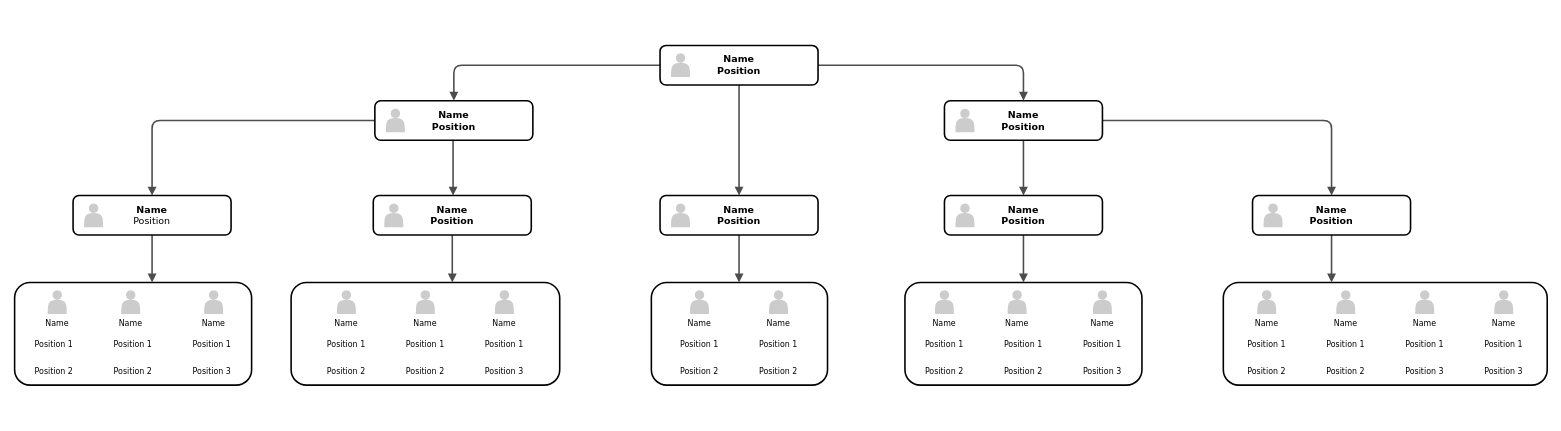
Before: Diagrams/folder_structure.drawio in vandorena/NEA, a draw.io diagram. Source tidied: cells renumbered, new cells numbered last; positions are measured from the earlier drawing's top-left corner, leaving out a move shared by most shapes. Both pictures are drawn from the tidied source at 79%, with x=0, y=0 at pixel (14, 45).
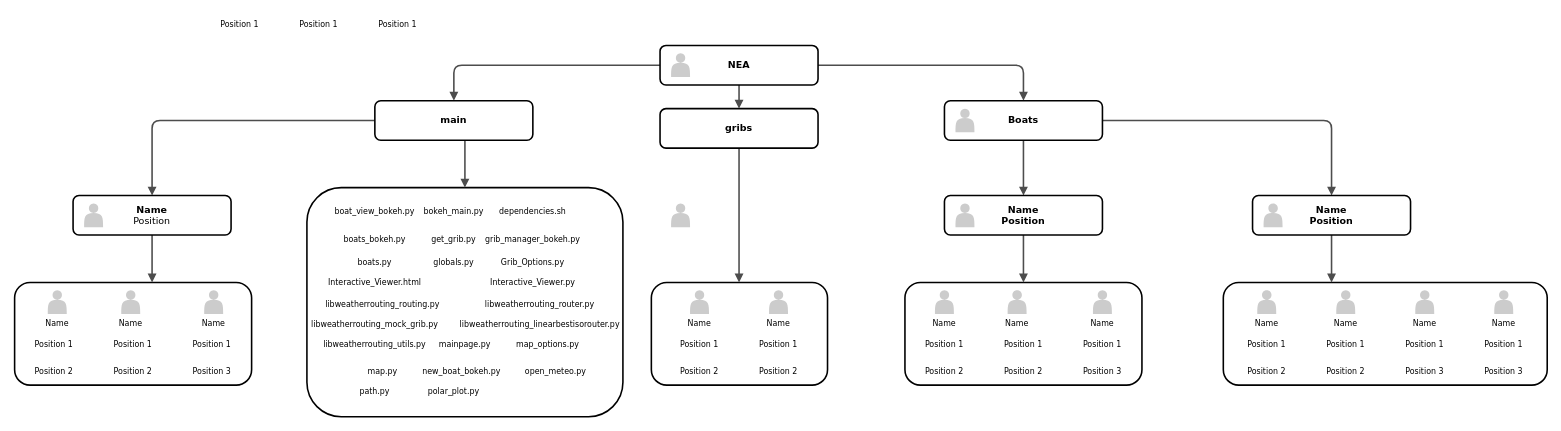
Above is the later version.

What changed in the source:
```diff
@@
     <mxCell id="6" style="whiteSpace=wrap;html=1;rounded=1;shadow=0;comic=0;strokeWidth=2;fontFamily=Verdana;align=center;fontSize=10;" parent="1" vertex="1">
-      <mxGeometry x="350" y="300" width="340" height="130" as="geometry" />
+      <mxGeometry x="370" y="180" width="400" height="290" as="geometry" />
     </mxCell>
-    <mxCell id="7" value="Name" style="shape=actor;whiteSpace=wrap;html=1;rounded=0;shadow=0;comic=0;strokeWidth=1;fillColor=#CCCCCC;fontFamily=Verdana;align=center;strokeColor=none;labelPosition=center;verticalLabelPosition=bottom;verticalAlign=top;fontSize=10;" parent="1" vertex="1">
-      <mxGeometry x="508" y="310" width="24" height="30" as="geometry" />
-    </mxCell>
-    <mxCell id="8" value="Name" style="shape=actor;whiteSpace=wrap;html=1;rounded=0;shadow=0;comic=0;strokeWidth=1;fillColor=#CCCCCC;fontFamily=Verdana;align=center;strokeColor=none;labelPosition=center;verticalLabelPosition=bottom;verticalAlign=top;fontSize=10;" parent="1" vertex="1">
-      <mxGeometry x="608" y="310" width="24" height="30" as="geometry" />
-    </mxCell>
@@
-    <mxCell id="17" value="Name" style="shape=actor;whiteSpace=wrap;html=1;rounded=0;shadow=0;comic=0;strokeWidth=1;fillColor=#CCCCCC;fontFamily=Verdana;align=center;strokeColor=none;labelPosition=center;verticalLabelPosition=bottom;verticalAlign=top;fontSize=10;" parent="1" vertex="1">
-      <mxGeometry x="408" y="310" width="24" height="30" as="geometry" />
-    </mxCell>
@@
-    <mxCell id="22" style="edgeStyle=elbowEdgeStyle;rounded=1;html=1;labelBackgroundColor=none;endArrow=block;endFill=1;strokeColor=#4D4D4D;strokeWidth=2;fontFamily=Verdana;fontSize=12;fontStyle=1;" parent="1" edge="1" source="66" target="68">
+    <mxCell id="22" style="edgeStyle=elbowEdgeStyle;rounded=1;html=1;labelBackgroundColor=none;endArrow=block;endFill=1;strokeColor=#4D4D4D;strokeWidth=2;fontFamily=Verdana;fontSize=12;fontStyle=1;entryX=0.5;entryY=0;entryDx=0;entryDy=0;" parent="1" edge="1" source="66" target="6">
       <mxGeometry relative="1" as="geometry" />
     </mxCell>
@@
-    <mxCell id="29" style="edgeStyle=elbowEdgeStyle;rounded=1;html=1;labelBackgroundColor=none;endArrow=block;endFill=1;strokeColor=#4D4D4D;strokeWidth=2;fontFamily=Verdana;fontSize=10;" parent="1" edge="1" source="68" target="6">
-      <mxGeometry relative="1" as="geometry" />
-    </mxCell>
@@
-    <mxCell id="37" value="Position 1" style="text;html=1;strokeColor=none;fillColor=none;align=center;verticalAlign=middle;whiteSpace=wrap;rounded=1;shadow=0;comic=0;fontFamily=Verdana;fontSize=10;" parent="1" vertex="1">
-      <mxGeometry x="375" y="365" width="90" height="25" as="geometry" />
+    <mxCell id="37" value="boat_view_bokeh.py" style="text;html=1;strokeColor=none;fillColor=none;align=center;verticalAlign=middle;whiteSpace=wrap;rounded=1;shadow=0;comic=0;fontFamily=Verdana;fontSize=10;" parent="1" vertex="1">
+      <mxGeometry x="411" y="197.5" width="90" height="25" as="geometry" />
     </mxCell>
-    <mxCell id="38" value="Position 1" style="text;html=1;strokeColor=none;fillColor=none;align=center;verticalAlign=middle;whiteSpace=wrap;rounded=1;shadow=0;comic=0;fontFamily=Verdana;fontSize=10;" parent="1" vertex="1">
-      <mxGeometry x="475" y="365" width="90" height="25" as="geometry" />
+    <mxCell id="38" value="bokeh_main.py" style="text;html=1;strokeColor=none;fillColor=none;align=center;verticalAlign=middle;whiteSpace=wrap;rounded=1;shadow=0;comic=0;fontFamily=Verdana;fontSize=10;" parent="1" vertex="1">
+      <mxGeometry x="511" y="197.5" width="90" height="25" as="geometry" />
     </mxCell>
-    <mxCell id="39" value="Position 1" style="text;html=1;strokeColor=none;fillColor=none;align=center;verticalAlign=middle;whiteSpace=wrap;rounded=1;shadow=0;comic=0;fontFamily=Verdana;fontSize=10;" parent="1" vertex="1">
-      <mxGeometry x="575" y="365" width="90" height="25" as="geometry" />
+    <mxCell id="39" value="dependencies.sh" style="text;html=1;strokeColor=none;fillColor=none;align=center;verticalAlign=middle;whiteSpace=wrap;rounded=1;shadow=0;comic=0;fontFamily=Verdana;fontSize=10;" parent="1" vertex="1">
+      <mxGeometry x="611" y="197.5" width="90" height="25" as="geometry" />
     </mxCell>
-    <mxCell id="40" value="Position 2" style="text;html=1;strokeColor=none;fillColor=none;align=center;verticalAlign=middle;whiteSpace=wrap;rounded=1;shadow=0;comic=0;fontFamily=Verdana;fontSize=10;" parent="1" vertex="1">
-      <mxGeometry x="375" y="400" width="90" height="25" as="geometry" />
+    <mxCell id="40" value="boats_bokeh.py" style="text;html=1;strokeColor=none;fillColor=none;align=center;verticalAlign=middle;whiteSpace=wrap;rounded=1;shadow=0;comic=0;fontFamily=Verdana;fontSize=10;" parent="1" vertex="1">
+      <mxGeometry x="411" y="232.5" width="90" height="25" as="geometry" />
     </mxCell>
-    <mxCell id="41" value="Position 2" style="text;html=1;strokeColor=none;fillColor=none;align=center;verticalAlign=middle;whiteSpace=wrap;rounded=1;shadow=0;comic=0;fontFamily=Verdana;fontSize=10;" parent="1" vertex="1">
-      <mxGeometry x="475" y="400" width="90" height="25" as="geometry" />
+    <mxCell id="41" value="get_grib.py" style="text;html=1;strokeColor=none;fillColor=none;align=center;verticalAlign=middle;whiteSpace=wrap;rounded=1;shadow=0;comic=0;fontFamily=Verdana;fontSize=10;" parent="1" vertex="1">
+      <mxGeometry x="511" y="232.5" width="90" height="25" as="geometry" />
     </mxCell>
-    <mxCell id="42" value="Position 3" style="text;html=1;strokeColor=none;fillColor=none;align=center;verticalAlign=middle;whiteSpace=wrap;rounded=1;shadow=0;comic=0;fontFamily=Verdana;fontSize=10;" parent="1" vertex="1">
-      <mxGeometry x="575" y="400" width="90" height="25" as="geometry" />
+    <mxCell id="42" value="grib_manager_bokeh.py" style="text;html=1;strokeColor=none;fillColor=none;align=center;verticalAlign=middle;whiteSpace=wrap;rounded=1;shadow=0;comic=0;fontFamily=Verdana;fontSize=10;" parent="1" vertex="1">
+      <mxGeometry x="611" y="232.5" width="90" height="25" as="geometry" />
     </mxCell>
@@
-    <mxCell id="66" value="Name&lt;div&gt;&lt;span&gt;Position&lt;/span&gt;&lt;/div&gt;" style="whiteSpace=wrap;html=1;rounded=1;shadow=0;comic=0;strokeWidth=2;fontFamily=Verdana;align=center;fontSize=12;fontStyle=1;" parent="1" vertex="1">
+    <mxCell id="66" value="main" style="whiteSpace=wrap;html=1;rounded=1;shadow=0;comic=0;strokeWidth=2;fontFamily=Verdana;align=center;fontSize=12;fontStyle=1;" parent="1" vertex="1">
       <mxGeometry x="456" y="70" width="200" height="50" as="geometry" />
     </mxCell>
-    <mxCell id="67" style="shape=actor;whiteSpace=wrap;html=1;rounded=0;shadow=0;comic=0;strokeWidth=1;fillColor=#CCCCCC;fontFamily=Verdana;align=center;strokeColor=none;fontSize=12;fontStyle=1;" parent="1" vertex="1">
-      <mxGeometry x="470" y="80" width="24" height="30" as="geometry" />
-    </mxCell>
-    <mxCell id="68" value="Name&lt;div&gt;&lt;span&gt;Position&lt;/span&gt;&lt;/div&gt;" style="whiteSpace=wrap;html=1;rounded=1;shadow=0;comic=0;strokeWidth=2;fontFamily=Verdana;align=center;fontSize=12;fontStyle=1;" parent="1" vertex="1">
-      <mxGeometry x="454" y="190" width="200" height="50" as="geometry" />
-    </mxCell>
-    <mxCell id="69" style="shape=actor;whiteSpace=wrap;html=1;rounded=0;shadow=0;comic=0;strokeWidth=1;fillColor=#CCCCCC;fontFamily=Verdana;align=center;strokeColor=none;fontSize=12;fontStyle=1;" parent="1" vertex="1">
-      <mxGeometry x="468" y="200" width="24" height="30" as="geometry" />
-    </mxCell>
-    <mxCell id="70" value="Name&lt;div&gt;&lt;span&gt;Position&lt;/span&gt;&lt;/div&gt;" style="whiteSpace=wrap;html=1;rounded=1;shadow=0;comic=0;strokeWidth=2;fontFamily=Verdana;align=center;fontSize=12;fontStyle=1;" parent="1" vertex="1">
-      <mxGeometry x="817" y="190" width="200" height="50" as="geometry" />
+    <mxCell id="70" value="gribs" style="whiteSpace=wrap;html=1;rounded=1;shadow=0;comic=0;strokeWidth=2;fontFamily=Verdana;align=center;fontSize=12;fontStyle=1;" parent="1" vertex="1">
+      <mxGeometry x="817" y="80" width="200" height="50" as="geometry" />
     </mxCell>
@@
-    <mxCell id="72" value="Name&lt;div&gt;&lt;span&gt;Position&lt;/span&gt;&lt;/div&gt;" style="whiteSpace=wrap;html=1;rounded=1;shadow=0;comic=0;strokeWidth=2;fontFamily=Verdana;align=center;fontSize=12;fontStyle=1;" parent="1" vertex="1">
+    <mxCell id="72" value="NEA" style="whiteSpace=wrap;html=1;rounded=1;shadow=0;comic=0;strokeWidth=2;fontFamily=Verdana;align=center;fontSize=12;fontStyle=1;" parent="1" vertex="1">
       <mxGeometry x="817" width="200" height="50" as="geometry" />
     </mxCell>
@@
-    <mxCell id="74" value="Name&lt;div&gt;&lt;span&gt;Position&lt;/span&gt;&lt;/div&gt;" style="whiteSpace=wrap;html=1;rounded=1;shadow=0;comic=0;strokeWidth=2;fontFamily=Verdana;align=center;fontSize=12;fontStyle=1;" parent="1" vertex="1">
+    <mxCell id="74" value="Boats" style="whiteSpace=wrap;html=1;rounded=1;shadow=0;comic=0;strokeWidth=2;fontFamily=Verdana;align=center;fontSize=12;fontStyle=1;" parent="1" vertex="1">
       <mxGeometry x="1177" y="70" width="200" height="50" as="geometry" />
     </mxCell>
@@
+    <mxCell id="80" value="Position 1" style="text;html=1;strokeColor=none;fillColor=none;align=center;verticalAlign=middle;whiteSpace=wrap;rounded=1;shadow=0;comic=0;fontFamily=Verdana;fontSize=10;" parent="1" vertex="1">
+      <mxGeometry x="240" y="-40" width="90" height="25" as="geometry" />
+    </mxCell>
+    <mxCell id="81" value="Position 1" style="text;html=1;strokeColor=none;fillColor=none;align=center;verticalAlign=middle;whiteSpace=wrap;rounded=1;shadow=0;comic=0;fontFamily=Verdana;fontSize=10;" parent="1" vertex="1">
+      <mxGeometry x="340" y="-40" width="90" height="25" as="geometry" />
+    </mxCell>
+    <mxCell id="82" value="Position 1" style="text;html=1;strokeColor=none;fillColor=none;align=center;verticalAlign=middle;whiteSpace=wrap;rounded=1;shadow=0;comic=0;fontFamily=Verdana;fontSize=10;" parent="1" vertex="1">
+      <mxGeometry x="440" y="-40" width="90" height="25" as="geometry" />
+    </mxCell>
+    <mxCell id="83" value="boats.py" style="text;html=1;strokeColor=none;fillColor=none;align=center;verticalAlign=middle;whiteSpace=wrap;rounded=1;shadow=0;comic=0;fontFamily=Verdana;fontSize=10;" parent="1" vertex="1">
+      <mxGeometry x="411" y="262.5" width="90" height="25" as="geometry" />
+    </mxCell>
+    <mxCell id="84" value="globals.py" style="text;html=1;strokeColor=none;fillColor=none;align=center;verticalAlign=middle;whiteSpace=wrap;rounded=1;shadow=0;comic=0;fontFamily=Verdana;fontSize=10;" parent="1" vertex="1">
+      <mxGeometry x="511" y="262.5" width="90" height="25" as="geometry" />
+    </mxCell>
+    <mxCell id="85" value="Grib_Options.py" style="text;html=1;strokeColor=none;fillColor=none;align=center;verticalAlign=middle;whiteSpace=wrap;rounded=1;shadow=0;comic=0;fontFamily=Verdana;fontSize=10;" parent="1" vertex="1">
+      <mxGeometry x="611" y="262.5" width="90" height="25" as="geometry" />
+    </mxCell>
+    <mxCell id="86" value="Interactive_Viewer.html" style="text;html=1;strokeColor=none;fillColor=none;align=center;verticalAlign=middle;whiteSpace=wrap;rounded=1;shadow=0;comic=0;fontFamily=Verdana;fontSize=10;" parent="1" vertex="1">
+      <mxGeometry x="411" y="287.5" width="90" height="25" as="geometry" />
+    </mxCell>
+    <mxCell id="87" value="Interactive_Viewer.py" style="text;html=1;strokeColor=none;fillColor=none;align=center;verticalAlign=middle;whiteSpace=wrap;rounded=1;shadow=0;comic=0;fontFamily=Verdana;fontSize=10;" parent="1" vertex="1">
+      <mxGeometry x="611" y="287.5" width="90" height="25" as="geometry" />
+    </mxCell>
+    <mxCell id="88" value="libweatherrouting_router.py" style="text;html=1;strokeColor=none;fillColor=none;align=center;verticalAlign=middle;whiteSpace=wrap;rounded=1;shadow=0;comic=0;fontFamily=Verdana;fontSize=10;" parent="1" vertex="1">
+      <mxGeometry x="620" y="315" width="90" height="25" as="geometry" />
+    </mxCell>
+    <mxCell id="89" value="libweatherrouting_routing.py" style="text;html=1;strokeColor=none;fillColor=none;align=center;verticalAlign=middle;whiteSpace=wrap;rounded=1;shadow=0;comic=0;fontFamily=Verdana;fontSize=10;" parent="1" vertex="1">
+      <mxGeometry x="421" y="315" width="90" height="25" as="geometry" />
+    </mxCell>
+    <mxCell id="90" value="libweatherrouting_mock_grib.py" style="text;html=1;strokeColor=none;fillColor=none;align=center;verticalAlign=middle;whiteSpace=wrap;rounded=1;shadow=0;comic=0;fontFamily=Verdana;fontSize=10;" parent="1" vertex="1">
+      <mxGeometry x="411" y="340" width="90" height="25" as="geometry" />
+    </mxCell>
+    <mxCell id="91" value="libweatherrouting_linearbestisorouter.py" style="text;html=1;strokeColor=none;fillColor=none;align=center;verticalAlign=middle;whiteSpace=wrap;rounded=1;shadow=0;comic=0;fontFamily=Verdana;fontSize=10;" parent="1" vertex="1">
+      <mxGeometry x="620" y="340" width="90" height="25" as="geometry" />
+    </mxCell>
+    <mxCell id="92" value="libweatherrouting_utils.py" style="text;html=1;strokeColor=none;fillColor=none;align=center;verticalAlign=middle;whiteSpace=wrap;rounded=1;shadow=0;comic=0;fontFamily=Verdana;fontSize=10;" parent="1" vertex="1">
+      <mxGeometry x="411" y="365" width="90" height="25" as="geometry" />
+    </mxCell>
+    <mxCell id="93" value="mainpage.py" style="text;html=1;strokeColor=none;fillColor=none;align=center;verticalAlign=middle;whiteSpace=wrap;rounded=1;shadow=0;comic=0;fontFamily=Verdana;fontSize=10;" parent="1" vertex="1">
+      <mxGeometry x="525" y="365" width="90" height="25" as="geometry" />
+    </mxCell>
+    <mxCell id="94" value="map_options.py" style="text;html=1;strokeColor=none;fillColor=none;align=center;verticalAlign=middle;whiteSpace=wrap;rounded=1;shadow=0;comic=0;fontFamily=Verdana;fontSize=10;" parent="1" vertex="1">
+      <mxGeometry x="630" y="365" width="90" height="25" as="geometry" />
+    </mxCell>
+    <mxCell id="95" value="map.py" style="text;html=1;strokeColor=none;fillColor=none;align=center;verticalAlign=middle;whiteSpace=wrap;rounded=1;shadow=0;comic=0;fontFamily=Verdana;fontSize=10;" parent="1" vertex="1">
+      <mxGeometry x="421" y="400" width="90" height="25" as="geometry" />
+    </mxCell>
+    <mxCell id="96" value="new_boat_bokeh.py" style="text;html=1;strokeColor=none;fillColor=none;align=center;verticalAlign=middle;whiteSpace=wrap;rounded=1;shadow=0;comic=0;fontFamily=Verdana;fontSize=10;" parent="1" vertex="1">
+      <mxGeometry x="521" y="400" width="90" height="25" as="geometry" />
+    </mxCell>
+    <mxCell id="97" value="open_meteo.py" style="text;html=1;strokeColor=none;fillColor=none;align=center;verticalAlign=middle;whiteSpace=wrap;rounded=1;shadow=0;comic=0;fontFamily=Verdana;fontSize=10;" parent="1" vertex="1">
+      <mxGeometry x="640" y="400" width="90" height="25" as="geometry" />
+    </mxCell>
+    <mxCell id="98" value="path.py" style="text;html=1;strokeColor=none;fillColor=none;align=center;verticalAlign=middle;whiteSpace=wrap;rounded=1;shadow=0;comic=0;fontFamily=Verdana;fontSize=10;" parent="1" vertex="1">
+      <mxGeometry x="411" y="425" width="90" height="25" as="geometry" />
+    </mxCell>
+    <mxCell id="99" value="polar_plot.py" style="text;html=1;strokeColor=none;fillColor=none;align=center;verticalAlign=middle;whiteSpace=wrap;rounded=1;shadow=0;comic=0;fontFamily=Verdana;fontSize=10;" parent="1" vertex="1">
+      <mxGeometry x="511" y="425" width="90" height="25" as="geometry" />
+    </mxCell>
```
